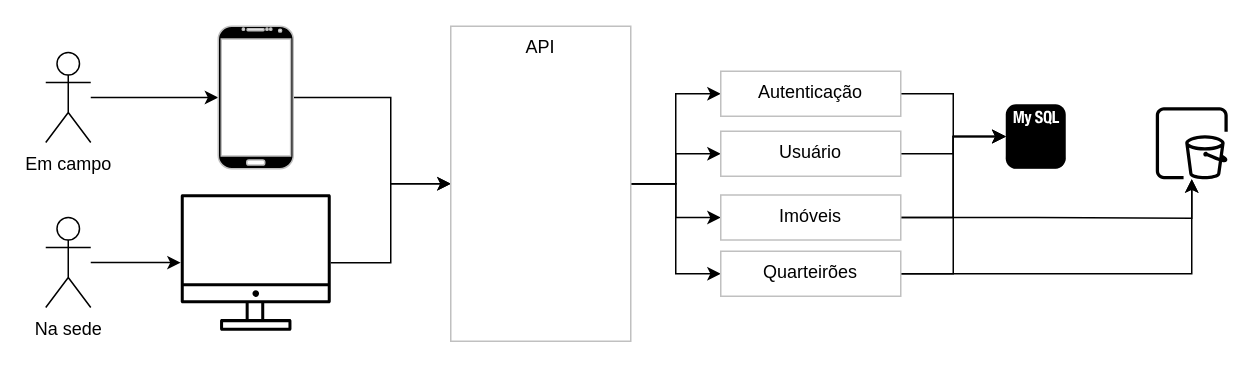
Before: Diagrama sem nome.drawio in FloraRosaPupo/App-cadastro-imobiliario, a draw.io diagram. Source tidied: cells renumbered, new cells numbered last; positions are measured from the earlier drawing's top-left corner, leaving out a move shared by most shapes. Both pictures are drawn from the tidied source at 150%, with x=0, y=0 at pixel (45, 26).
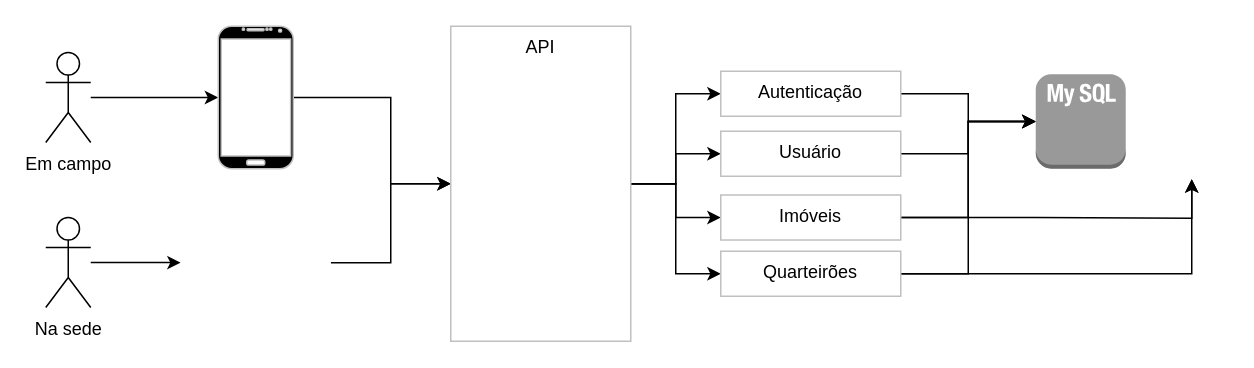
The same diagram, later.

Unchanged cells that the change refers to:
```xml
<mxCell id="16" value="Autenticação" style="whiteSpace=wrap;html=1;verticalAlign=top;strokeColor=#c0c0c0;shadow=0;dashed=0;strokeWidth=1;" parent="1" vertex="1">
  <mxGeometry x="450" y="30" width="120" height="30" as="geometry" />
</mxCell>
<mxCell id="18" value="Usuário" style="whiteSpace=wrap;html=1;verticalAlign=top;strokeColor=#c0c0c0;shadow=0;dashed=0;strokeWidth=1;" parent="1" vertex="1">
  <mxGeometry x="450" y="70" width="120" height="30" as="geometry" />
</mxCell>
<mxCell id="21" value="Imóveis" style="whiteSpace=wrap;html=1;verticalAlign=top;strokeColor=#c0c0c0;shadow=0;dashed=0;strokeWidth=1;" parent="1" vertex="1">
  <mxGeometry x="450" y="112.5" width="120" height="30" as="geometry" />
</mxCell>
<mxCell id="24" value="Quarteirões" style="whiteSpace=wrap;html=1;verticalAlign=top;strokeColor=#c0c0c0;shadow=0;dashed=0;strokeWidth=1;" parent="1" vertex="1">
  <mxGeometry x="450" y="150" width="120" height="30" as="geometry" />
</mxCell>
```

The edit, as a diff of the source:
```diff
@@
-    <mxCell id="9" style="sketch=0;outlineConnect=0;gradientColor=none;fontColor=#545B64;strokeColor=none;fillColor=#000000;dashed=0;verticalLabelPosition=bottom;verticalAlign=top;align=center;html=1;fontSize=12;fontStyle=0;shape=mxgraph.aws4.illustration_desktop;" parent="1" vertex="1">
+    <mxCell id="9" style="sketch=0;outlineConnect=0;gradientColor=none;fontColor=#545B64;strokeColor=none;fillColor=#FFFFFF;dashed=0;verticalLabelPosition=bottom;verticalAlign=top;align=center;html=1;fontSize=12;fontStyle=0;shape=mxgraph.aws4.illustration_desktop;" parent="1" vertex="1">
       <mxGeometry x="90" y="112" width="100" height="91" as="geometry" />
     </mxCell>
@@
-    <mxCell id="15" style="edgeStyle=orthogonalEdgeStyle;rounded=0;jettySize=auto;html=1;entryX=0;entryY=0.5;entryDx=0;entryDy=0;entryPerimeter=0;" parent="1" edge="1" source="16" target="25">
+    <mxCell id="15" style="edgeStyle=orthogonalEdgeStyle;rounded=0;jettySize=auto;html=1;entryX=0;entryY=0.5;entryDx=0;entryDy=0;entryPerimeter=0;" parent="1" edge="1" source="16" target="27">
       <mxGeometry relative="1" as="geometry" />
     </mxCell>
@@
-    <mxCell id="17" style="edgeStyle=orthogonalEdgeStyle;rounded=0;jettySize=auto;html=1;entryX=0;entryY=0.5;entryDx=0;entryDy=0;entryPerimeter=0;" parent="1" edge="1" source="18" target="25">
+    <mxCell id="17" style="edgeStyle=orthogonalEdgeStyle;rounded=0;jettySize=auto;html=1;entryX=0;entryY=0.5;entryDx=0;entryDy=0;entryPerimeter=0;" parent="1" edge="1" source="18" target="27">
       <mxGeometry relative="1" as="geometry" />
     </mxCell>
@@
-    <mxCell id="19" style="edgeStyle=orthogonalEdgeStyle;rounded=0;jettySize=auto;html=1;entryX=0;entryY=0.5;entryDx=0;entryDy=0;entryPerimeter=0;" parent="1" edge="1" source="21" target="25">
+    <mxCell id="19" style="edgeStyle=orthogonalEdgeStyle;rounded=0;jettySize=auto;html=1;entryX=0;entryY=0.5;entryDx=0;entryDy=0;entryPerimeter=0;" parent="1" edge="1" source="21" target="27">
       <mxGeometry relative="1" as="geometry" />
     </mxCell>
@@
-    <mxCell id="22" style="edgeStyle=orthogonalEdgeStyle;rounded=0;jettySize=auto;html=1;entryX=0;entryY=0.5;entryDx=0;entryDy=0;entryPerimeter=0;" parent="1" edge="1" source="24" target="25">
+    <mxCell id="22" style="edgeStyle=orthogonalEdgeStyle;rounded=0;jettySize=auto;html=1;entryX=0;entryY=0.5;entryDx=0;entryDy=0;entryPerimeter=0;" parent="1" edge="1" source="24" target="27">
       <mxGeometry relative="1" as="geometry" />
     </mxCell>
@@
-    <mxCell id="25" style="outlineConnect=0;dashed=0;verticalLabelPosition=bottom;verticalAlign=top;align=center;html=1;shape=mxgraph.aws3.mysql_db_instance_2;fillColor=#000000;gradientColor=none;" parent="1" vertex="1">
-      <mxGeometry x="640" y="52" width="40" height="43" as="geometry" />
-    </mxCell>
-    <mxCell id="26" style="sketch=0;outlineConnect=0;fontColor=#232F3E;gradientColor=none;fillColor=#000000;strokeColor=none;dashed=0;verticalLabelPosition=bottom;verticalAlign=top;align=center;html=1;fontSize=12;fontStyle=0;shape=mxgraph.aws4.opensearch_service_ultrawarm_node;" parent="1" vertex="1">
+    <mxCell id="26" style="sketch=0;outlineConnect=0;fontColor=#232F3E;gradientColor=none;fillColor=#FFFFFF;strokeColor=none;dashed=0;verticalLabelPosition=bottom;verticalAlign=top;align=center;html=1;fontSize=12;fontStyle=0;shape=mxgraph.aws4.opensearch_service_ultrawarm_node;" parent="1" vertex="1">
       <mxGeometry x="740" y="54" width="48" height="48" as="geometry" />
     </mxCell>
+    <mxCell id="27" style="outlineConnect=0;dashed=0;verticalLabelPosition=bottom;verticalAlign=top;align=center;html=1;shape=mxgraph.aws3.mysql_db_instance_2;fillColor=#999999;gradientColor=none;strokeColor=#000000;" parent="1" vertex="1">
+      <mxGeometry x="660" y="32" width="60" height="63" as="geometry" />
+    </mxCell>
```
